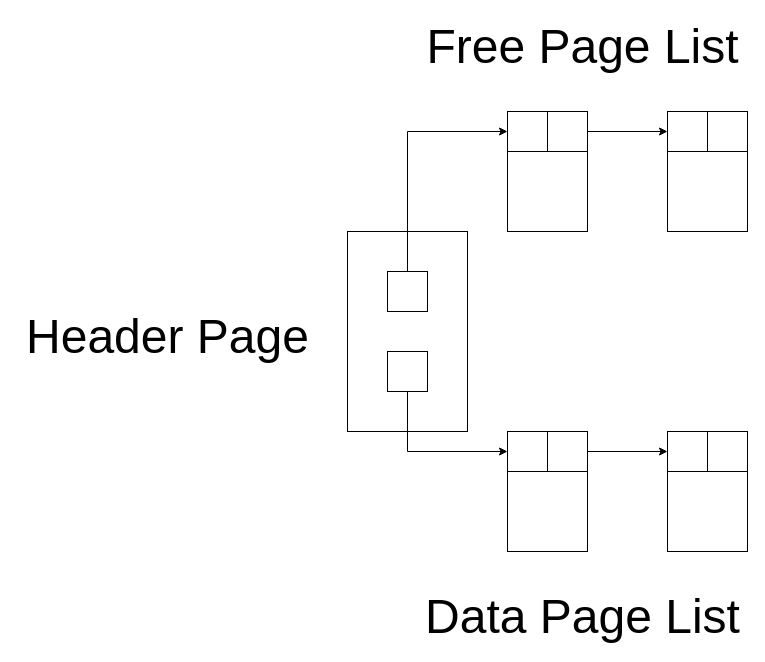
Before: advent-calendar2020/book/images/linked_list.drawio in diohabara/projects, a draw.io diagram. Source tidied: cells renumbered, new cells numbered last; positions are measured from the earlier drawing's top-left corner, leaving out a move shared by most shapes. Both pictures are drawn from the tidied source at 100%, with x=0, y=0 at pixel (17, 31).
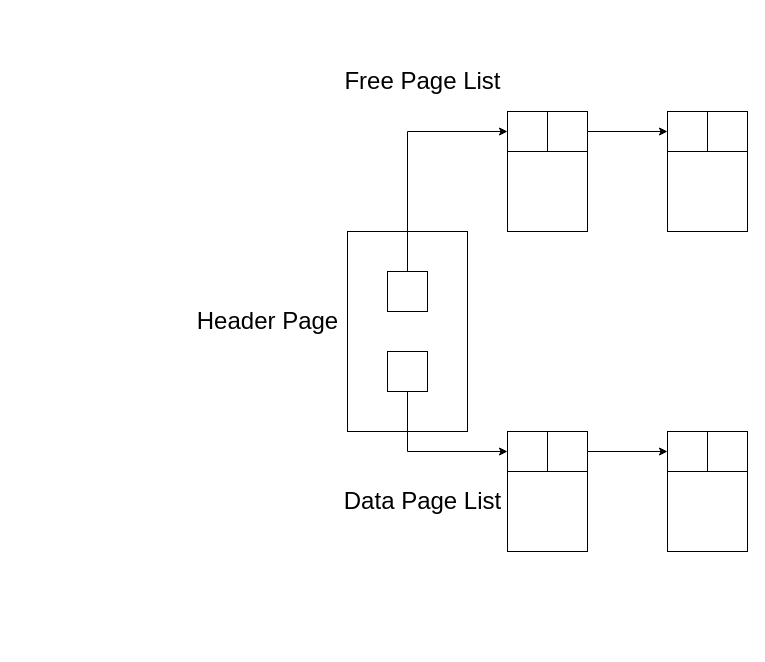
The same page after the edit.

Diff of the diagram source:
```diff
@@
-    <mxCell id="11" value="&lt;font style=&quot;font-size: 48px&quot;&gt;Free Page List&lt;/font&gt;" style="text;html=1;align=center;verticalAlign=middle;" parent="1" vertex="1">
-      <mxGeometry x="400" width="330" height="30" as="geometry" />
+    <mxCell id="11" value="&lt;font style=&quot;font-size: 24px&quot;&gt;Free Page List&lt;/font&gt;" style="text;html=1;align=center;verticalAlign=middle;" parent="1" vertex="1">
+      <mxGeometry x="320" y="40" width="170" height="20" as="geometry" />
     </mxCell>
-    <mxCell id="12" value="&lt;font style=&quot;font-size: 48px&quot;&gt;Data Page List&lt;/font&gt;" style="text;html=1;align=center;verticalAlign=middle;" parent="1" vertex="1">
-      <mxGeometry x="400" y="570" width="330" height="30" as="geometry" />
+    <mxCell id="12" value="&lt;font style=&quot;font-size: 24px&quot;&gt;Data Page List&lt;/font&gt;" style="text;html=1;align=center;verticalAlign=middle;" parent="1" vertex="1">
+      <mxGeometry x="320" y="460" width="170" height="20" as="geometry" />
     </mxCell>
-    <mxCell id="13" value="&lt;span style=&quot;font-size: 48px&quot;&gt;Header Page&lt;br&gt;&lt;/span&gt;" style="text;html=1;align=center;verticalAlign=middle;" parent="1" vertex="1">
-      <mxGeometry y="290" width="300" height="30" as="geometry" />
+    <mxCell id="13" value="&lt;font style=&quot;font-size: 24px&quot;&gt;Header Page&lt;/font&gt;" style="text;html=1;align=center;verticalAlign=middle;" parent="1" vertex="1">
+      <mxGeometry x="170" y="280" width="160" height="20" as="geometry" />
     </mxCell>
```
